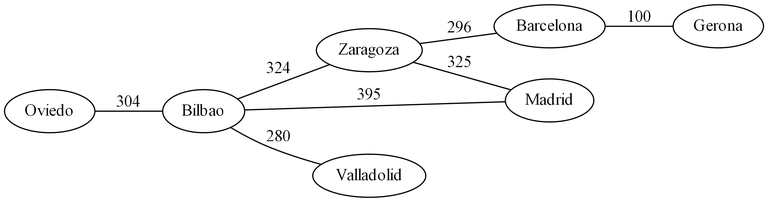
Pegre369/-EDD-Proyecto2_201701187_201706357 keeps this Graphviz diagram as [EDD]Proyecto2/Grafo.png. Above is the earlier version. Its source is kept beside it as [EDD]Proyecto2/Grafo.dot.
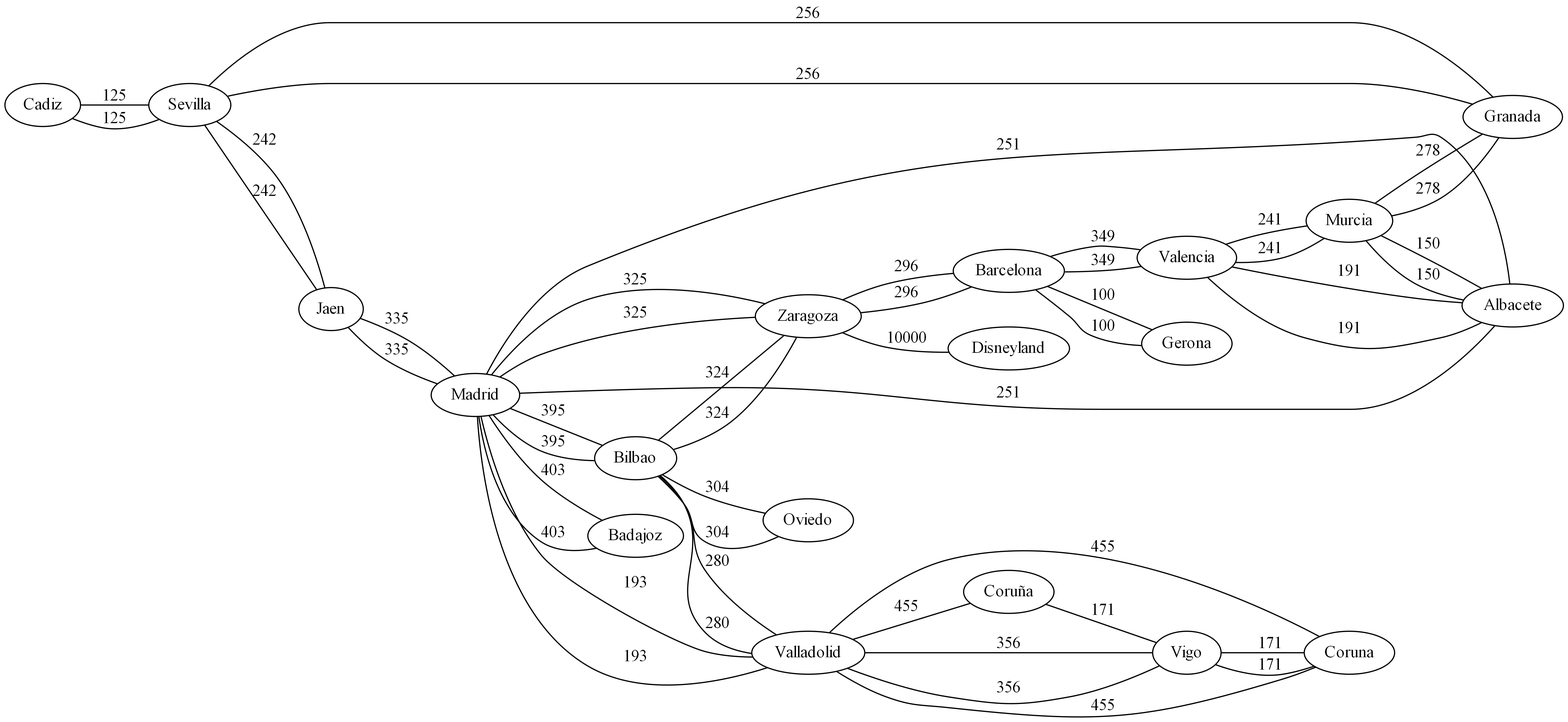
Later version of the same file.

Change to the diagram source:
```diff
@@ -1,12 +1,52 @@
 digraph G {
 rankdir=LR
 graph [ dpi = 300 ];
-Oviedo->Bilbao[label =304,dir=none];
-Bilbao->Zaragoza[label =324,dir=none];
-Bilbao->Madrid[label =395,dir=none];
-Bilbao->Valladolid[label =280,dir=none];
+Cadiz->Sevilla[label =125,dir=none];
+Sevilla->Cadiz[label =125,dir=none];
+Sevilla->Granada[label =256,dir=none];
+Sevilla->Jaen[label =242,dir=none];
+Granada->Sevilla[label =256,dir=none];
+Granada->Murcia[label =278,dir=none];
+Jaen->Sevilla[label =242,dir=none];
+Jaen->Madrid[label =335,dir=none];
+Murcia->Granada[label =278,dir=none];
+Murcia->Valencia[label =241,dir=none];
+Murcia->Albacete[label =150,dir=none];
+Madrid->Jaen[label =335,dir=none];
+Madrid->Albacete[label =251,dir=none];
+Madrid->Zaragoza[label =325,dir=none];
+Madrid->Badajoz[label =403,dir=none];
+Madrid->Valladolid[label =193,dir=none];
+Madrid->Bilbao[label =395,dir=none];
+Valencia->Murcia[label =241,dir=none];
+Valencia->Albacete[label =191,dir=none];
+Valencia->Barcelona[label =349,dir=none];
+Albacete->Murcia[label =150,dir=none];
+Albacete->Valencia[label =191,dir=none];
+Albacete->Madrid[label =251,dir=none];
+Barcelona->Valencia[label =349,dir=none];
+Barcelona->Gerona[label =100,dir=none];
+Barcelona->Zaragoza[label =296,dir=none];
+Gerona->Barcelona[label =100,dir=none];
 Zaragoza->Barcelona[label =296,dir=none];
 Zaragoza->Madrid[label =325,dir=none];
-Barcelona->Gerona[label =100,dir=none];
+Zaragoza->Bilbao[label =324,dir=none];
+Badajoz->Madrid[label =403,dir=none];
+Valladolid->Madrid[label =193,dir=none];
+Valladolid->Vigo[label =356,dir=none];
+Valladolid->Coruna[label =455,dir=none];
+Valladolid->Bilbao[label =280,dir=none];
+Valladolid->Coruña[label =455,dir=none];
+Vigo->Valladolid[label =356,dir=none];
+Vigo->Coruna[label =171,dir=none];
+Coruna->Valladolid[label =455,dir=none];
+Coruna->Vigo[label =171,dir=none];
+Bilbao->Valladolid[label =280,dir=none];
+Bilbao->Madrid[label =395,dir=none];
+Bilbao->Zaragoza[label =324,dir=none];
+Bilbao->Oviedo[label =304,dir=none];
+Oviedo->Bilbao[label =304,dir=none];
+Coruña->Vigo[label =171,dir=none];
+ Zaragoza->Disneyland[label =10000,dir=none];
 
 }
```
